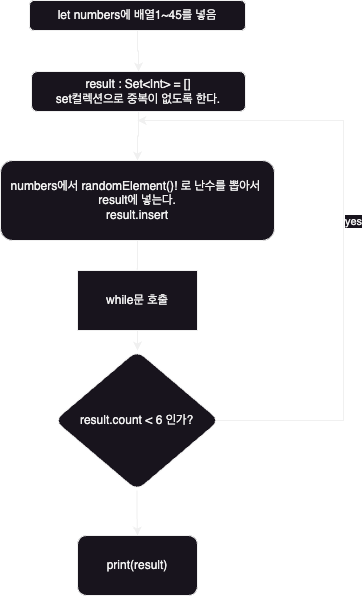
The draw.io diagram 로또번호뽑기순서도.png in yagom-academy/swift-starter-Round2, before a commit. Source tidied: cells renumbered, new cells last; positions are measured from the earlier drawing's top-left corner, leaving out a move shared by most shapes. The source it was exported from:
```xml
<mxGraphModel>
  <root>
    <mxCell id="0" />
    <mxCell id="1" parent="0" />
    <mxCell id="2" style="edgeStyle=orthogonalEdgeStyle;rounded=0;jettySize=auto;html=1;" parent="1" edge="1" source="3" target="5">
      <mxGeometry relative="1" as="geometry" />
    </mxCell>
    <mxCell id="3" value="let numbers에 배열1~45를 넣음" style="rounded=1;whiteSpace=wrap;html=1;fontSize=12;glass=0;strokeWidth=1;shadow=0;" parent="1" vertex="1">
      <mxGeometry x="29" width="216" height="30" as="geometry" />
    </mxCell>
    <mxCell id="4" style="edgeStyle=orthogonalEdgeStyle;rounded=0;jettySize=auto;html=1;" parent="1" edge="1" source="5" target="7">
      <mxGeometry relative="1" as="geometry" />
    </mxCell>
    <mxCell id="5" value="result : Set&amp;lt;Int&amp;gt; = []&lt;br&gt;set컬렉션으로 중복이 없도록 한다." style="whiteSpace=wrap;html=1;rounded=1;glass=0;strokeWidth=1;shadow=0;" parent="1" vertex="1">
      <mxGeometry x="31" y="71" width="214" height="40" as="geometry" />
    </mxCell>
    <mxCell id="6" style="edgeStyle=orthogonalEdgeStyle;rounded=0;jettySize=auto;html=1;" parent="1" edge="1" source="7">
      <mxGeometry relative="1" as="geometry">
        <mxPoint x="136" y="290" as="targetPoint" />
      </mxGeometry>
    </mxCell>
    <mxCell id="7" value="numbers에서 randomElement()! 로 난수를 뽑아서&amp;nbsp;&lt;br&gt;result에 넣는다.&lt;br&gt;result.insert" style="whiteSpace=wrap;html=1;rounded=1;glass=0;strokeWidth=1;shadow=0;" parent="1" vertex="1">
      <mxGeometry y="160" width="274" height="80" as="geometry" />
    </mxCell>
    <mxCell id="8" style="edgeStyle=orthogonalEdgeStyle;rounded=0;jettySize=auto;html=1;exitX=0.964;exitY=0.5;exitDx=0;exitDy=0;exitPerimeter=0;" parent="1" edge="1" source="11">
      <mxGeometry relative="1" as="geometry">
        <mxPoint x="137" y="120" as="targetPoint" />
        <Array as="points">
          <mxPoint x="343" y="420" />
          <mxPoint x="343" y="120" />
        </Array>
      </mxGeometry>
    </mxCell>
    <mxCell id="9" value="yes" style="edgeLabel;html=1;align=center;verticalAlign=middle;" parent="8" vertex="1">
      <mxGeometry x="0.99" y="-2" relative="1" as="geometry">
        <mxPoint x="214" y="102" as="offset" />
      </mxGeometry>
    </mxCell>
    <mxCell id="10" style="edgeStyle=orthogonalEdgeStyle;rounded=0;jettySize=auto;html=1;" parent="1" edge="1" source="11" target="12">
      <mxGeometry relative="1" as="geometry" />
    </mxCell>
    <mxCell id="11" value="result.count &amp;lt; 6 인가?" style="rhombus;whiteSpace=wrap;html=1;rounded=1;glass=0;strokeWidth=1;shadow=0;" parent="1" vertex="1">
      <mxGeometry x="54" y="350" width="165" height="140" as="geometry" />
    </mxCell>
    <mxCell id="12" value="print(result)" style="rounded=1;whiteSpace=wrap;html=1;glass=0;strokeWidth=1;shadow=0;" parent="1" vertex="1">
      <mxGeometry x="77" y="535" width="120" height="60" as="geometry" />
    </mxCell>
    <mxCell id="13" style="edgeStyle=orthogonalEdgeStyle;rounded=0;jettySize=auto;html=1;entryX=0.5;entryY=0;entryDx=0;entryDy=0;" parent="1" edge="1" source="14" target="11">
      <mxGeometry relative="1" as="geometry" />
    </mxCell>
    <mxCell id="14" value="while문 호출" style="rounded=0;whiteSpace=wrap;html=1;" parent="1" vertex="1">
      <mxGeometry x="77" y="270" width="120" height="60" as="geometry" />
    </mxCell>
  </root>
</mxGraphModel>
```
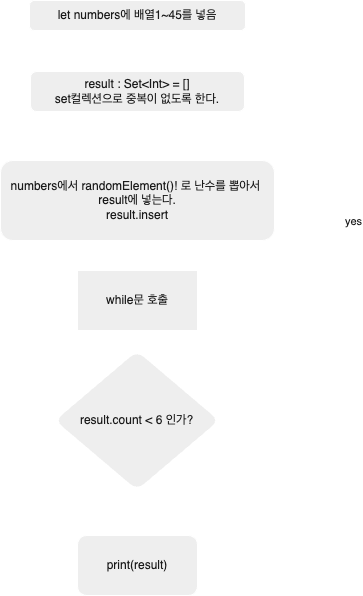
Later version of the same file.

Commit message:
Round2[step1]-yachae

Diff of the diagram source:
```diff
@@ -2,27 +2,27 @@
   <root>
     <mxCell id="0" />
     <mxCell id="1" parent="0" />
-    <mxCell id="2" style="edgeStyle=orthogonalEdgeStyle;rounded=0;jettySize=auto;html=1;" parent="1" edge="1" source="3" target="5">
+    <mxCell id="2" style="edgeStyle=orthogonalEdgeStyle;rounded=0;jettySize=auto;html=1;labelBackgroundColor=none;strokeColor=#FFFFFF;fontColor=default;" parent="1" edge="1" source="3" target="5">
       <mxGeometry relative="1" as="geometry" />
     </mxCell>
-    <mxCell id="3" value="let numbers에 배열1~45를 넣음" style="rounded=1;whiteSpace=wrap;html=1;fontSize=12;glass=0;strokeWidth=1;shadow=0;" parent="1" vertex="1">
+    <mxCell id="3" value="let numbers에 배열1~45를 넣음" style="rounded=1;whiteSpace=wrap;html=1;fontSize=12;glass=0;strokeWidth=1;shadow=0;labelBackgroundColor=none;fillColor=#EEEEEE;strokeColor=#FFFFFF;fontColor=#1A1A1A;" parent="1" vertex="1">
       <mxGeometry x="29" width="216" height="30" as="geometry" />
     </mxCell>
-    <mxCell id="4" style="edgeStyle=orthogonalEdgeStyle;rounded=0;jettySize=auto;html=1;" parent="1" edge="1" source="5" target="7">
+    <mxCell id="4" style="edgeStyle=orthogonalEdgeStyle;rounded=0;jettySize=auto;html=1;labelBackgroundColor=none;strokeColor=#FFFFFF;fontColor=default;" parent="1" edge="1" source="5" target="7">
       <mxGeometry relative="1" as="geometry" />
     </mxCell>
-    <mxCell id="5" value="result : Set&amp;lt;Int&amp;gt; = []&lt;br&gt;set컬렉션으로 중복이 없도록 한다." style="whiteSpace=wrap;html=1;rounded=1;glass=0;strokeWidth=1;shadow=0;" parent="1" vertex="1">
-      <mxGeometry x="31" y="71" width="214" height="40" as="geometry" />
+    <mxCell id="5" value="result : Set&amp;lt;Int&amp;gt; = []&lt;br&gt;set컬렉션으로 중복이 없도록 한다." style="whiteSpace=wrap;html=1;rounded=1;glass=0;strokeWidth=1;shadow=0;labelBackgroundColor=none;fillColor=#EEEEEE;strokeColor=#FFFFFF;fontColor=#1A1A1A;" parent="1" vertex="1">
+      <mxGeometry x="30" y="71" width="214" height="40" as="geometry" />
     </mxCell>
-    <mxCell id="6" style="edgeStyle=orthogonalEdgeStyle;rounded=0;jettySize=auto;html=1;" parent="1" edge="1" source="7">
+    <mxCell id="6" style="edgeStyle=orthogonalEdgeStyle;rounded=0;jettySize=auto;html=1;labelBackgroundColor=none;strokeColor=#FFFFFF;fontColor=default;" parent="1" edge="1" source="7">
       <mxGeometry relative="1" as="geometry">
         <mxPoint x="136" y="290" as="targetPoint" />
       </mxGeometry>
     </mxCell>
-    <mxCell id="7" value="numbers에서 randomElement()! 로 난수를 뽑아서&amp;nbsp;&lt;br&gt;result에 넣는다.&lt;br&gt;result.insert" style="whiteSpace=wrap;html=1;rounded=1;glass=0;strokeWidth=1;shadow=0;" parent="1" vertex="1">
+    <mxCell id="7" value="numbers에서 randomElement()! 로 난수를 뽑아서&amp;nbsp;&lt;br&gt;result에 넣는다.&lt;br&gt;result.insert" style="whiteSpace=wrap;html=1;rounded=1;glass=0;strokeWidth=1;shadow=0;labelBackgroundColor=none;fillColor=#EEEEEE;strokeColor=#FFFFFF;fontColor=#1A1A1A;" parent="1" vertex="1">
       <mxGeometry y="160" width="274" height="80" as="geometry" />
     </mxCell>
-    <mxCell id="8" style="edgeStyle=orthogonalEdgeStyle;rounded=0;jettySize=auto;html=1;exitX=0.964;exitY=0.5;exitDx=0;exitDy=0;exitPerimeter=0;" parent="1" edge="1" source="11">
+    <mxCell id="8" style="edgeStyle=orthogonalEdgeStyle;rounded=0;jettySize=auto;html=1;exitX=0.964;exitY=0.5;exitDx=0;exitDy=0;exitPerimeter=0;labelBackgroundColor=none;strokeColor=#FFFFFF;fontColor=default;" parent="1" edge="1" source="11">
       <mxGeometry relative="1" as="geometry">
         <mxPoint x="137" y="120" as="targetPoint" />
         <Array as="points">
@@ -31,24 +31,24 @@
         </Array>
       </mxGeometry>
     </mxCell>
-    <mxCell id="9" value="yes" style="edgeLabel;html=1;align=center;verticalAlign=middle;" parent="8" vertex="1">
+    <mxCell id="9" value="yes" style="edgeLabel;html=1;align=center;verticalAlign=middle;labelBackgroundColor=none;fontColor=#1A1A1A;" parent="8" vertex="1">
       <mxGeometry x="0.99" y="-2" relative="1" as="geometry">
         <mxPoint x="214" y="102" as="offset" />
       </mxGeometry>
     </mxCell>
-    <mxCell id="10" style="edgeStyle=orthogonalEdgeStyle;rounded=0;jettySize=auto;html=1;" parent="1" edge="1" source="11" target="12">
+    <mxCell id="10" style="edgeStyle=orthogonalEdgeStyle;rounded=0;jettySize=auto;html=1;labelBackgroundColor=none;strokeColor=#FFFFFF;fontColor=default;" parent="1" edge="1" source="11" target="12">
       <mxGeometry relative="1" as="geometry" />
     </mxCell>
-    <mxCell id="11" value="result.count &amp;lt; 6 인가?" style="rhombus;whiteSpace=wrap;html=1;rounded=1;glass=0;strokeWidth=1;shadow=0;" parent="1" vertex="1">
+    <mxCell id="11" value="result.count &amp;lt; 6 인가?" style="rhombus;whiteSpace=wrap;html=1;rounded=1;glass=0;strokeWidth=1;shadow=0;labelBackgroundColor=none;fillColor=#EEEEEE;strokeColor=#FFFFFF;fontColor=#1A1A1A;" parent="1" vertex="1">
       <mxGeometry x="54" y="350" width="165" height="140" as="geometry" />
     </mxCell>
-    <mxCell id="12" value="print(result)" style="rounded=1;whiteSpace=wrap;html=1;glass=0;strokeWidth=1;shadow=0;" parent="1" vertex="1">
+    <mxCell id="12" value="print(result)" style="rounded=1;whiteSpace=wrap;html=1;glass=0;strokeWidth=1;shadow=0;labelBackgroundColor=none;fillColor=#EEEEEE;strokeColor=#FFFFFF;fontColor=#1A1A1A;" parent="1" vertex="1">
       <mxGeometry x="77" y="535" width="120" height="60" as="geometry" />
     </mxCell>
-    <mxCell id="13" style="edgeStyle=orthogonalEdgeStyle;rounded=0;jettySize=auto;html=1;entryX=0.5;entryY=0;entryDx=0;entryDy=0;" parent="1" edge="1" source="14" target="11">
+    <mxCell id="13" style="edgeStyle=orthogonalEdgeStyle;rounded=0;jettySize=auto;html=1;entryX=0.5;entryY=0;entryDx=0;entryDy=0;labelBackgroundColor=none;strokeColor=#FFFFFF;fontColor=default;" parent="1" edge="1" source="14" target="11">
       <mxGeometry relative="1" as="geometry" />
     </mxCell>
-    <mxCell id="14" value="while문 호출" style="rounded=0;whiteSpace=wrap;html=1;" parent="1" vertex="1">
+    <mxCell id="14" value="while문 호출" style="rounded=0;whiteSpace=wrap;html=1;labelBackgroundColor=none;fillColor=#EEEEEE;strokeColor=#FFFFFF;fontColor=#1A1A1A;" parent="1" vertex="1">
       <mxGeometry x="77" y="270" width="120" height="60" as="geometry" />
     </mxCell>
   </root>
```
